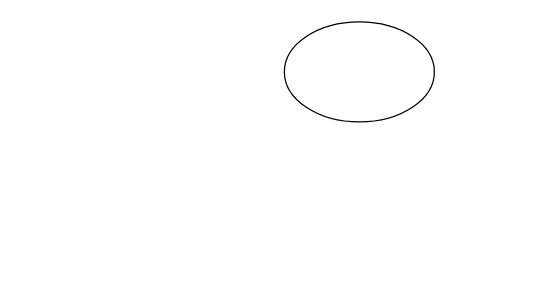
Above: 名称未設定ファイル.drawio in Ko-au02/anniversary-assistant (draw.io), before the change. Source tidied: cells renumbered, new cells numbered last; positions are measured from the earlier drawing's top-left corner, leaving out a move shared by most shapes. Both pictures are drawn from the tidied source at 125%, with x=0, y=0 at pixel (284, 21).
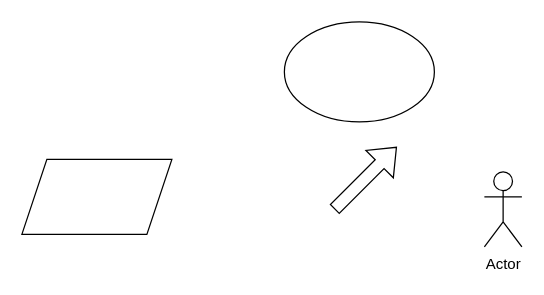
Above is the later version.

Commit message:
名称未設定ファイル.drawio を更新します

What changed in the source:
```diff
@@
 <mxGraphModel>
   <root>
     <mxCell id="0" />
     <mxCell id="1" parent="0" />
     <mxCell id="2" style="ellipse;whiteSpace=wrap;html=1;" parent="1" vertex="1">
       <mxGeometry width="120" height="80" as="geometry" />
     </mxCell>
+    <mxCell id="3" style="shape=parallelogram;perimeter=parallelogramPerimeter;whiteSpace=wrap;html=1;fixedSize=1;" parent="1" vertex="1">
+      <mxGeometry x="-210" y="110" width="120" height="60" as="geometry" />
+    </mxCell>
+    <mxCell id="4" value="Actor" style="shape=umlActor;verticalLabelPosition=bottom;verticalAlign=top;html=1;" parent="1" vertex="1">
+      <mxGeometry x="160" y="120" width="30" height="60" as="geometry" />
+    </mxCell>
+    <mxCell id="5" style="shape=flexArrow;endArrow=classic;html=1;rounded=0;" parent="1" edge="1">
+      <mxGeometry relative="1" as="geometry">
+        <mxPoint x="40" y="150" as="sourcePoint" />
+        <mxPoint x="90" y="100" as="targetPoint" />
+      </mxGeometry>
+    </mxCell>
   </root>
 </mxGraphModel>
```
